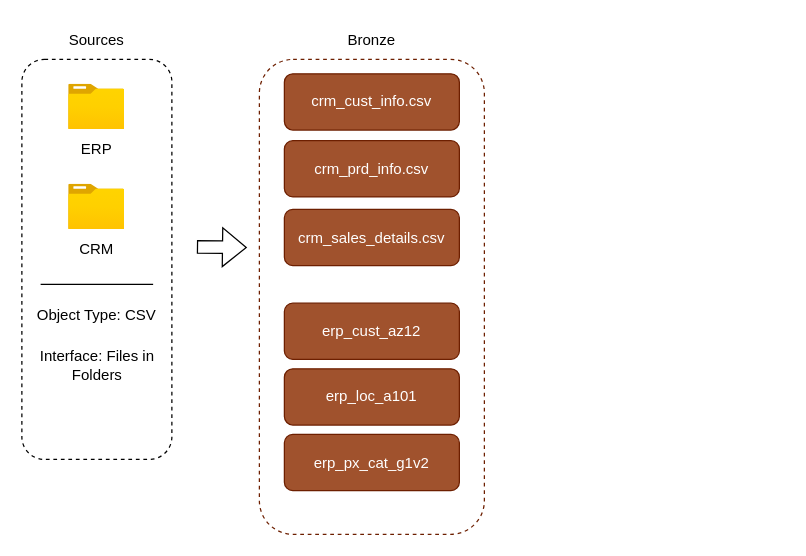
Earlier version of the draw.io diagram docs/DWH_data_flow.drawio (KJ-Work-Git/SQL-DWH-Project). Source tidied: cells renumbered, new cells numbered last; positions are measured from the earlier drawing's top-left corner, leaving out a move shared by most shapes. Both pictures are drawn from the tidied source at 125%, with x=0, y=0 at pixel (21, 21).
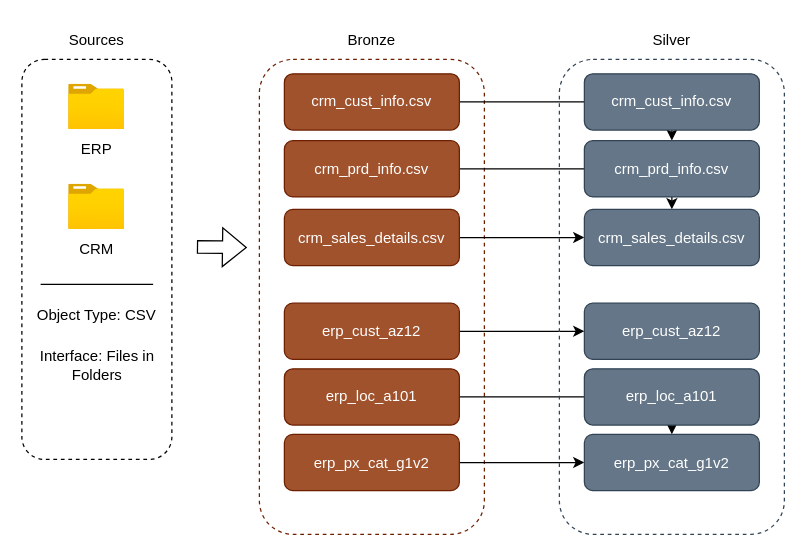
Above is the later version.

Unchanged cells that the change refers to:
```xml
<mxCell id="14" value="crm_cust_info.csv" style="rounded=1;whiteSpace=wrap;html=1;fillColor=#a0522d;fontColor=#ffffff;strokeColor=#6D1F00;" parent="1" vertex="1">
  <mxGeometry x="210" y="41.5" width="140" height="45" as="geometry" />
</mxCell>
<mxCell id="15" value="crm_prd_info.csv" style="rounded=1;whiteSpace=wrap;html=1;fillColor=#a0522d;fontColor=#ffffff;strokeColor=#6D1F00;" parent="1" vertex="1">
  <mxGeometry x="210" y="95" width="140" height="45" as="geometry" />
</mxCell>
<mxCell id="16" value="crm_sales_details.csv" style="rounded=1;whiteSpace=wrap;html=1;fillColor=#a0522d;fontColor=#ffffff;strokeColor=#6D1F00;" parent="1" vertex="1">
  <mxGeometry x="210" y="150" width="140" height="45" as="geometry" />
</mxCell>
<mxCell id="17" value="erp_loc_a101" style="rounded=1;whiteSpace=wrap;html=1;fillColor=#a0522d;fontColor=#ffffff;strokeColor=#6D1F00;" parent="1" vertex="1">
  <mxGeometry x="210" y="277.5" width="140" height="45" as="geometry" />
</mxCell>
<mxCell id="18" value="erp_cust_az12" style="rounded=1;whiteSpace=wrap;html=1;fillColor=#a0522d;fontColor=#ffffff;strokeColor=#6D1F00;" parent="1" vertex="1">
  <mxGeometry x="210" y="225" width="140" height="45" as="geometry" />
</mxCell>
<mxCell id="19" value="erp_px_cat_g1v2" style="rounded=1;whiteSpace=wrap;html=1;fillColor=#a0522d;fontColor=#ffffff;strokeColor=#6D1F00;" parent="1" vertex="1">
  <mxGeometry x="210" y="330" width="140" height="45" as="geometry" />
</mxCell>
```

The edit, as a diff of the source:
```diff
@@
+    <mxCell id="20" style="edgeStyle=orthogonalEdgeStyle;rounded=0;jettySize=auto;html=1;" parent="1" edge="1" source="14" target="29">
+      <mxGeometry relative="1" as="geometry" />
+    </mxCell>
@@
+    <mxCell id="21" style="edgeStyle=orthogonalEdgeStyle;rounded=0;jettySize=auto;html=1;" parent="1" edge="1" source="15" target="30">
+      <mxGeometry relative="1" as="geometry" />
+    </mxCell>
@@
+    <mxCell id="22" style="edgeStyle=orthogonalEdgeStyle;rounded=0;jettySize=auto;html=1;" parent="1" edge="1" source="16" target="30">
+      <mxGeometry relative="1" as="geometry" />
+    </mxCell>
@@
+    <mxCell id="23" style="edgeStyle=orthogonalEdgeStyle;rounded=0;jettySize=auto;html=1;" parent="1" edge="1" source="17" target="33">
+      <mxGeometry relative="1" as="geometry" />
+    </mxCell>
@@
+    <mxCell id="24" style="edgeStyle=orthogonalEdgeStyle;rounded=0;jettySize=auto;html=1;" parent="1" edge="1" source="18" target="32">
+      <mxGeometry relative="1" as="geometry" />
+    </mxCell>
@@
+    <mxCell id="25" style="edgeStyle=orthogonalEdgeStyle;rounded=0;jettySize=auto;html=1;" parent="1" edge="1" source="19" target="33">
+      <mxGeometry relative="1" as="geometry" />
+    </mxCell>
@@
+    <mxCell id="26" style="rounded=1;whiteSpace=wrap;html=1;dashed=1;fillColor=none;strokeColor=#314354;fillStyle=dashed;fontColor=#ffffff;" parent="1" vertex="1">
+      <mxGeometry x="430" y="30" width="180" height="380" as="geometry" />
+    </mxCell>
+    <mxCell id="27" value="Silver" style="text;html=1;whiteSpace=wrap;strokeColor=none;fillColor=none;align=center;verticalAlign=middle;rounded=0;" parent="1" vertex="1">
+      <mxGeometry x="490" width="60" height="30" as="geometry" />
+    </mxCell>
+    <mxCell id="28" value="crm_cust_info.csv" style="rounded=1;whiteSpace=wrap;html=1;fillColor=#647687;strokeColor=#314354;fontColor=#ffffff;" parent="1" vertex="1">
+      <mxGeometry x="450" y="41.5" width="140" height="45" as="geometry" />
+    </mxCell>
+    <mxCell id="29" value="crm_prd_info.csv" style="rounded=1;whiteSpace=wrap;html=1;fillColor=#647687;strokeColor=#314354;fontColor=#ffffff;" parent="1" vertex="1">
+      <mxGeometry x="450" y="95" width="140" height="45" as="geometry" />
+    </mxCell>
+    <mxCell id="30" value="crm_sales_details.csv" style="rounded=1;whiteSpace=wrap;html=1;fillColor=#647687;strokeColor=#314354;fontColor=#ffffff;" parent="1" vertex="1">
+      <mxGeometry x="450" y="150" width="140" height="45" as="geometry" />
+    </mxCell>
+    <mxCell id="31" value="erp_loc_a101" style="rounded=1;whiteSpace=wrap;html=1;fillColor=#647687;strokeColor=#314354;fontColor=#ffffff;" parent="1" vertex="1">
+      <mxGeometry x="450" y="277.5" width="140" height="45" as="geometry" />
+    </mxCell>
+    <mxCell id="32" value="erp_cust_az12" style="rounded=1;whiteSpace=wrap;html=1;fillColor=#647687;strokeColor=#314354;fontColor=#ffffff;" parent="1" vertex="1">
+      <mxGeometry x="450" y="225" width="140" height="45" as="geometry" />
+    </mxCell>
+    <mxCell id="33" value="erp_px_cat_g1v2" style="rounded=1;whiteSpace=wrap;html=1;fillColor=#647687;strokeColor=#314354;fontColor=#ffffff;" parent="1" vertex="1">
+      <mxGeometry x="450" y="330" width="140" height="45" as="geometry" />
+    </mxCell>
```
